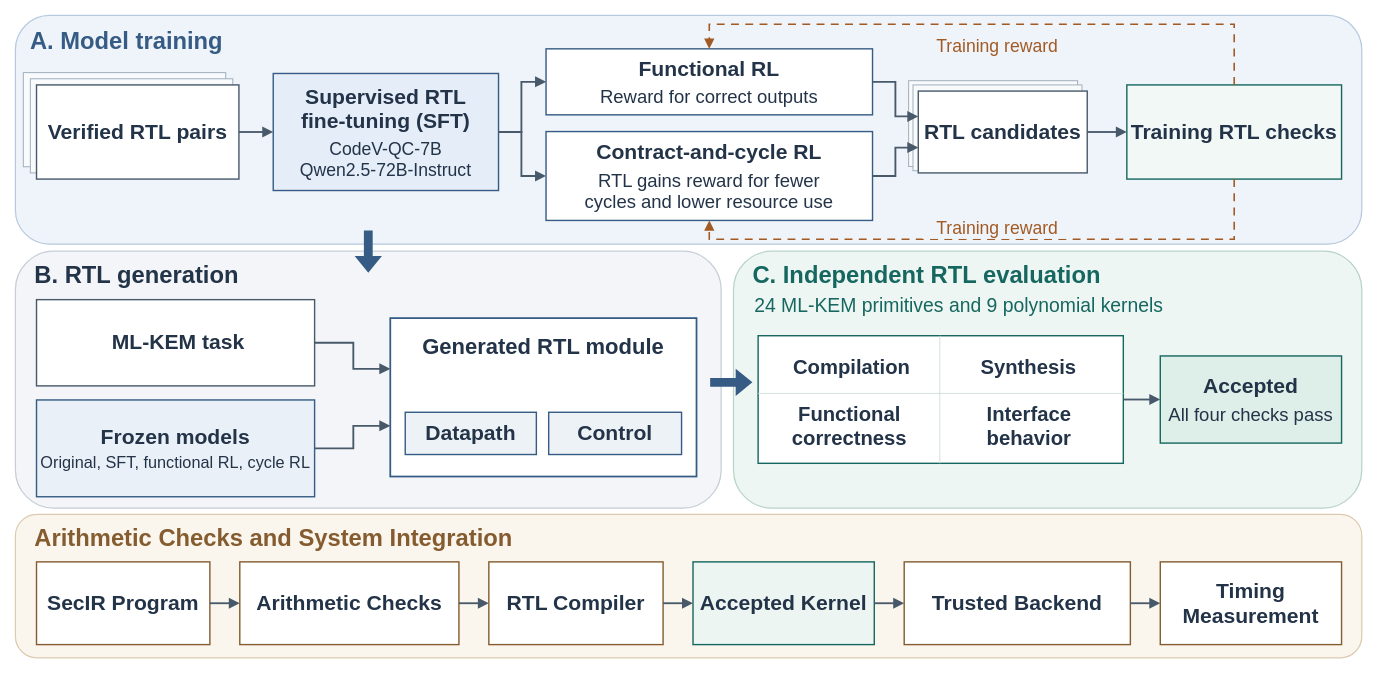
ZKY6662017/iodraw-files keeps this draw.io diagram as all/DAC2026/未命名绘图.drawio. Above is the earlier version. Source tidied: cells renumbered, new cells numbered last; positions are measured from the earlier drawing's top-left corner, leaving out a move shared by most shapes. Both pictures are drawn from the tidied source at 88%, with x=0, y=0 at pixel (15, 15).
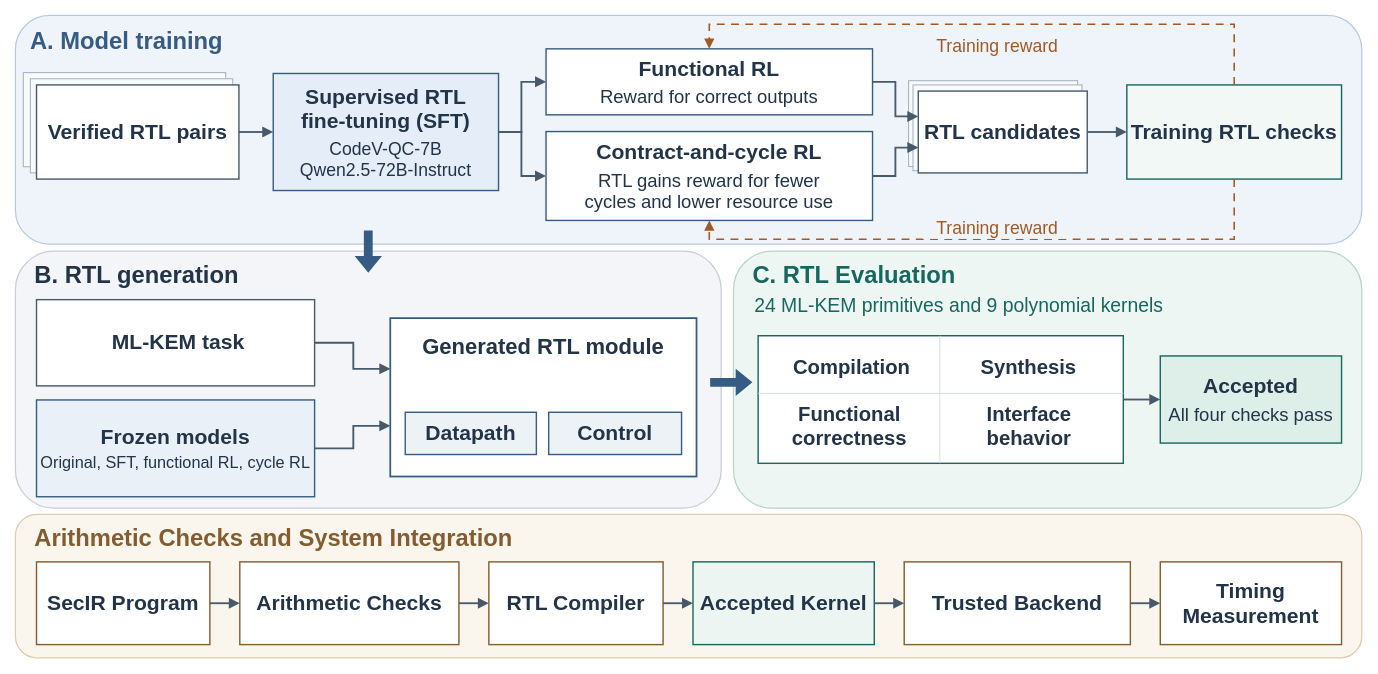
Above is the later version.

Commit message (it also covers changes not shown here):
更新未命名绘图.drawio

Change to the diagram source:
```diff
@@
-    <mxCell id="7" value="C. Independent RTL evaluation" style="rounded=0;html=1;whiteSpace=wrap;shadow=0;fontFamily=Arial;fontSize=22;fontColor=#233348;align=center;verticalAlign=middle;spacing=0;fillColor=#FFFFFF;strokeColor=#718395;strokeWidth=1.6;strokeColor=none;fillColor=none;fontSize=27;fontColor=#16675F;align=left;fontStyle=1;" parent="1" vertex="1">
+    <mxCell id="7" value="C. RTL Evaluation" style="rounded=0;html=1;whiteSpace=wrap;shadow=0;fontFamily=Arial;fontSize=22;fontColor=#233348;align=center;verticalAlign=middle;spacing=0;fillColor=#FFFFFF;strokeColor=#718395;strokeWidth=1.6;strokeColor=none;fillColor=none;fontSize=27;fontColor=#16675F;align=left;fontStyle=1;" parent="1" vertex="1">
       <mxGeometry x="838" y="278" width="670" height="35" as="geometry" />
     </mxCell>
```
